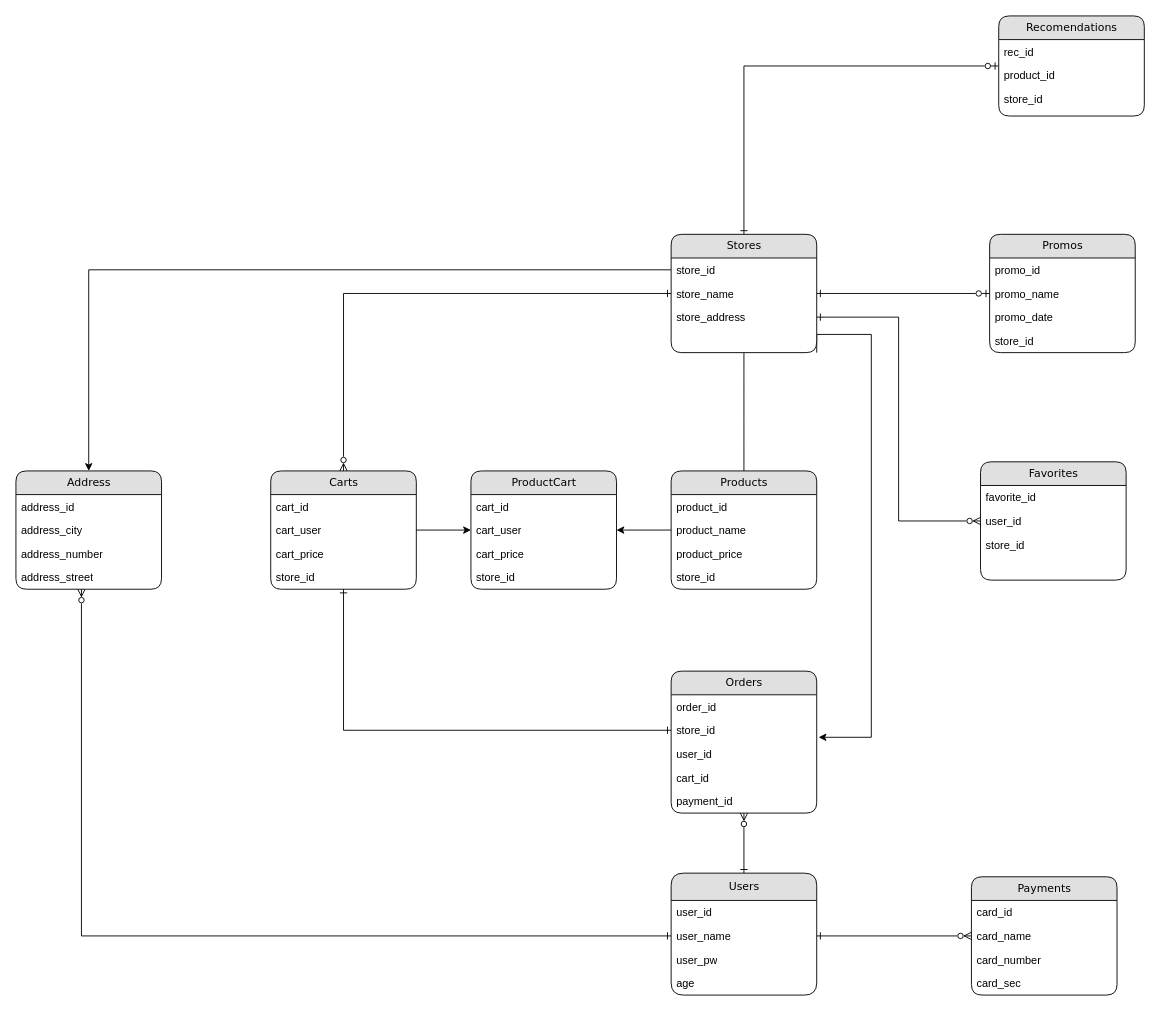
This is DatabaseModel/Model.drawio from babislz/FoodSpace, a draw.io file, before an edit. Source tidied: cells renumbered, new cells numbered last; positions are measured from the earlier drawing's top-left corner, leaving out a move shared by most shapes. Both pictures are drawn from the tidied source at 91%, with x=0, y=0 at pixel (15, 15).
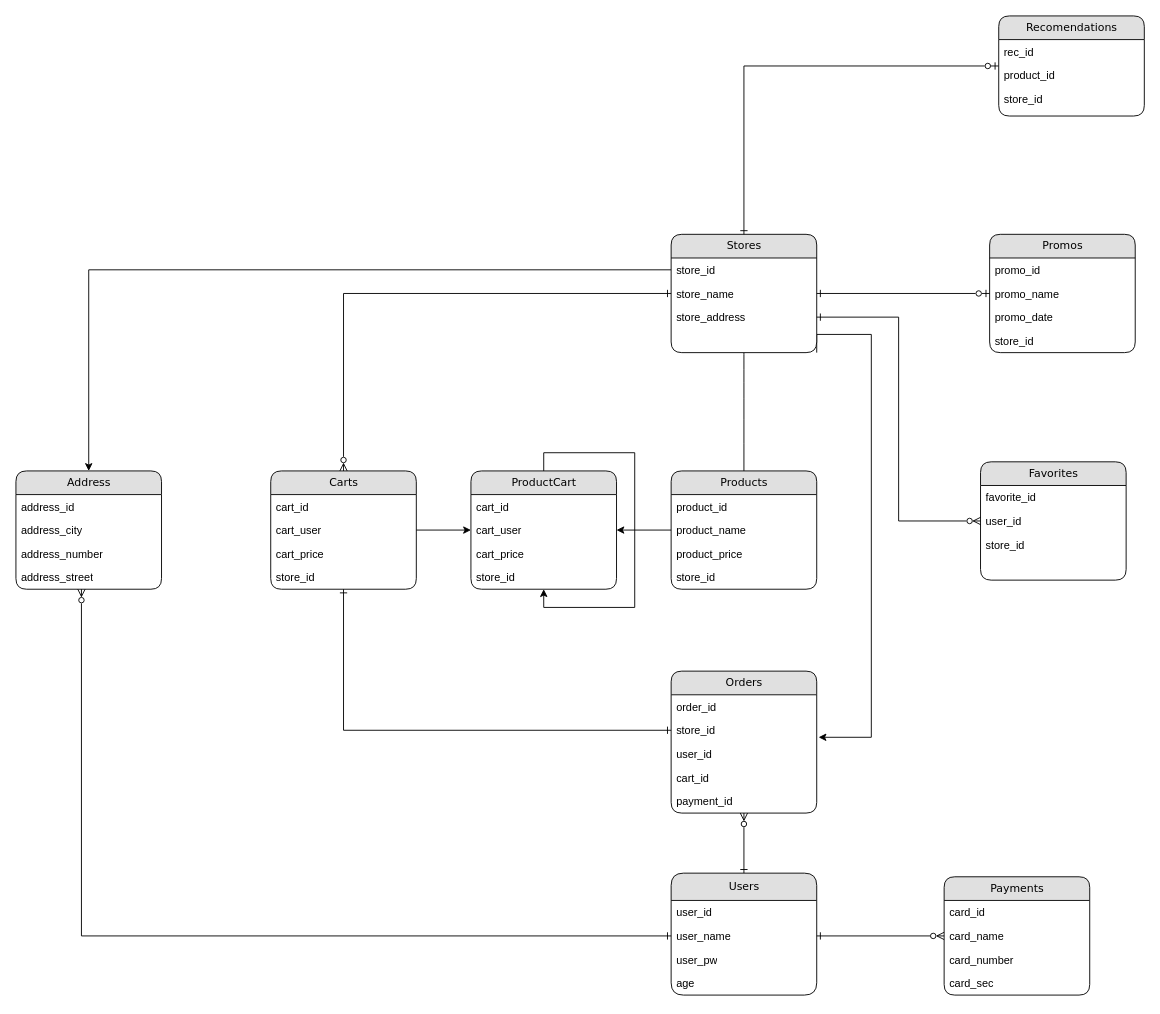
The same diagram, later.

Unchanged cells that the change refers to:
```xml
<mxCell id="55" value="ProductCart" style="swimlane;html=1;fontStyle=0;horizontal=1;startSize=26;fillColor=#e0e0e0;swimlaneFillColor=#ffffff;align=center;rounded=1;shadow=0;comic=0;labelBackgroundColor=none;strokeWidth=1;fontFamily=Verdana;fontSize=12;" parent="1" vertex="1">
  <mxGeometry x="500" y="500" width="160" height="130" as="geometry" />
</mxCell>
```

Diff of the diagram source:
```diff
@@
     <mxCell id="19" value="&lt;div&gt;Payments&lt;/div&gt;" style="swimlane;html=1;fontStyle=0;horizontal=1;startSize=26;fillColor=#e0e0e0;swimlaneFillColor=#ffffff;align=center;rounded=1;shadow=0;comic=0;labelBackgroundColor=none;strokeWidth=1;fontFamily=Verdana;fontSize=12;" parent="1" vertex="1">
-      <mxGeometry x="1050" y="946" width="160" height="130" as="geometry" />
+      <mxGeometry x="1020" y="946" width="160" height="130" as="geometry" />
     </mxCell>
@@
+    <mxCell id="68" style="edgeStyle=orthogonalEdgeStyle;rounded=0;orthogonalLoop=1;jettySize=auto;html=1;exitX=0.5;exitY=0;exitDx=0;exitDy=0;" parent="1" edge="1" source="55" target="55">
+      <mxGeometry relative="1" as="geometry" />
+    </mxCell>
```
